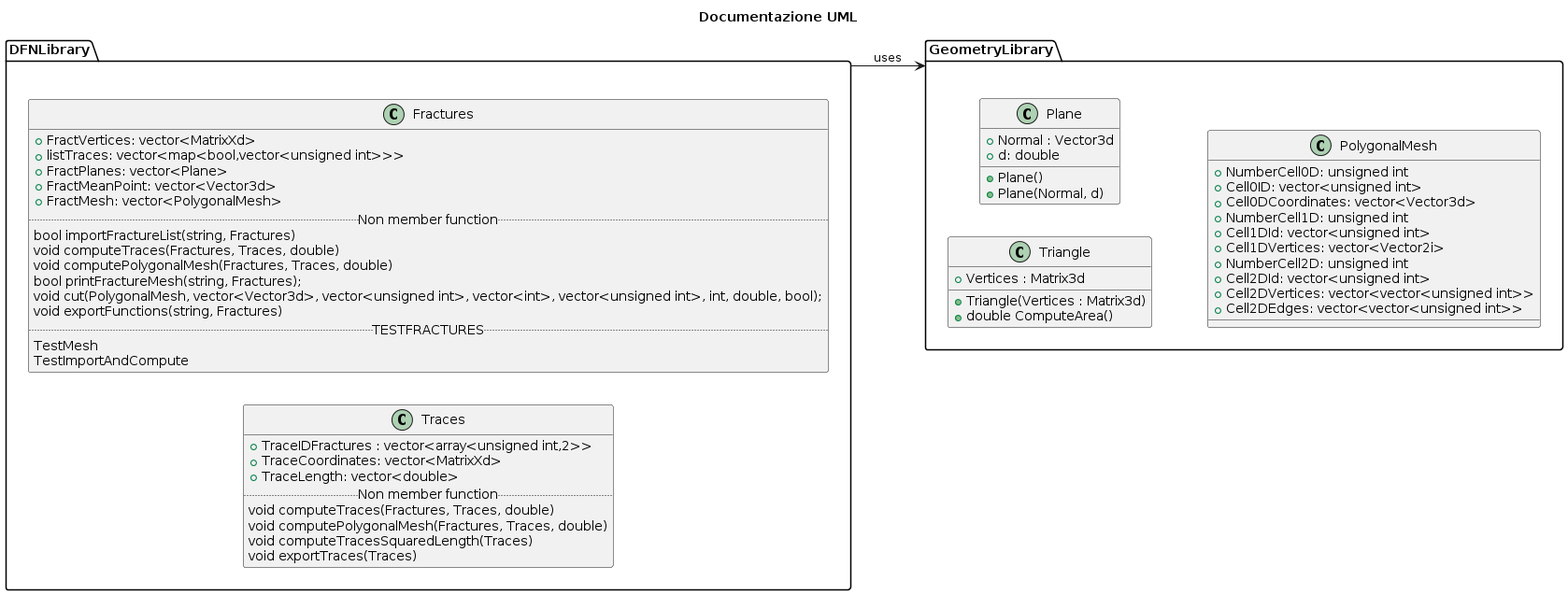
This is Project/Documentazione/documentazione_uml.png from lucalaiolo/ProgettoPCS2024, a PlantUML export, as it was before one commit. Source of this version:
```plantuml
@startuml
title Documentazione UML
left to right direction

package GeometryLibrary <<Folder>>
{
class Triangle{
+ Vertices : Matrix3d
+ Triangle(Vertices : Matrix3d)
+ double ComputeArea()
}

class Plane{
+ Normal : Vector3d
+ d: double
+ Plane()
+ Plane(Normal, d)
}

class PolygonalMesh{
+ NumberCell0D: unsigned int
+ Cell0ID: vector<unsigned int>
+ Cell0DCoordinates: vector<Vector3d>
+ NumberCell1D: unsigned int
+ Cell1DId: vector<unsigned int>
+ Cell1DVertices: vector<Vector2i>
+ NumberCell2D: unsigned int
+ Cell2DId: vector<unsigned int>
+ Cell2DVertices: vector<vector<unsigned int>>
+ Cell2DEdges: vector<vector<unsigned int>>
}

}

DFNLibrary --> GeometryLibrary : uses

package DFNLibrary <<Folder>>
{
class Traces{
+ TraceIDFractures : vector<array<unsigned int,2>>
+ TraceCoordinates: vector<MatrixXd>
+ TraceLength: vector<double>
.. Non member function ..
void computeTraces(Fractures, Traces, double)
void computePolygonalMesh(Fractures, Traces, double)
void computeTracesSquaredLength(Traces)
void exportTraces(Traces)
}

class Fractures{
+ FractVertices: vector<MatrixXd>
+ listTraces: vector<map<bool,vector<unsigned int>>>
+ FractPlanes: vector<Plane>
+ FractMeanPoint: vector<Vector3d>
+ FractMesh: vector<PolygonalMesh>
.. Non member function ..
bool importFractureList(string, Fractures)
void computeTraces(Fractures, Traces, double)
void computePolygonalMesh(Fractures, Traces, double)
bool printFractureMesh(string, Fractures);
void cut(PolygonalMesh, vector<Vector3d>, vector<unsigned int>, vector<int>, vector<unsigned int>, int, double, bool);
void exportFunctions(string, Fractures)
.. TESTFRACTURES ..
TestMesh
TestImportAndCompute
}


}
@enduml
```
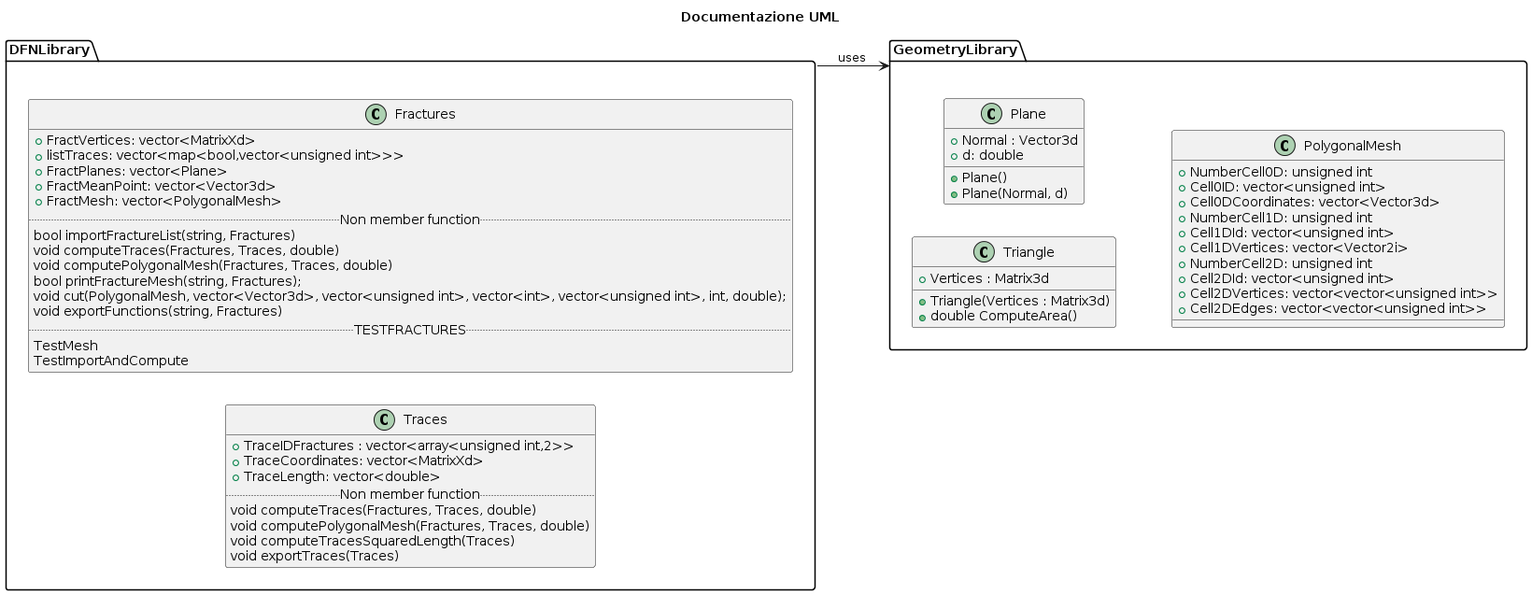
The same file after the commit.

Change to the diagram source:
```diff
@@ -1,7 +1,8 @@
 @startuml
+
+
 title Documentazione UML
 left to right direction
-
 package GeometryLibrary <<Folder>>
 {
 class Triangle{
@@ -58,7 +59,7 @@
 void computeTraces(Fractures, Traces, double)
 void computePolygonalMesh(Fractures, Traces, double)
 bool printFractureMesh(string, Fractures);
-void cut(PolygonalMesh, vector<Vector3d>, vector<unsigned int>, vector<int>, vector<unsigned int>, int, double, bool);
+void cut(PolygonalMesh, vector<Vector3d>, vector<unsigned int>, vector<int>, vector<unsigned int>, int, double);
 void exportFunctions(string, Fractures)
 .. TESTFRACTURES ..
 TestMesh
```
